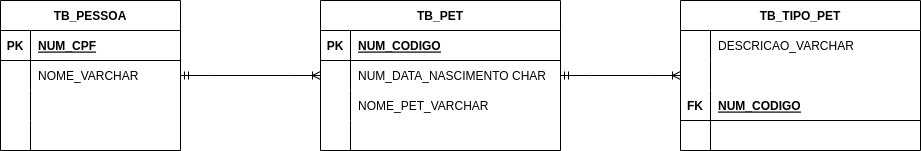
The draw.io diagram Banco_de_Dados/ATIVIDADE ATIVA 2 - 2BIM.drawio.png in EdinilsonSousa/cods_aleatorios, before a commit. Source tidied: cells renumbered, new cells last; positions are measured from the earlier drawing's top-left corner, leaving out a move shared by most shapes. Source of this version:
```xml
<mxGraphModel>
  <root>
    <mxCell id="0" />
    <mxCell id="1" parent="0" />
    <mxCell id="2" value="TB_PESSOA" style="shape=table;startSize=30;rowLines=0;fontStyle=1;align=center;" parent="1" vertex="1">
      <mxGeometry width="180" height="150" as="geometry" />
    </mxCell>
    <mxCell id="3" style="shape=tableRow;horizontal=0;startSize=0;swimlaneHead=0;swimlaneBody=0;fillColor=none;top=0;left=0;right=0;bottom=1;" parent="2" vertex="1">
      <mxGeometry y="30" width="180" height="30" as="geometry" />
    </mxCell>
    <mxCell id="4" value="PK" style="shape=partialRectangle;fillColor=none;top=0;left=0;bottom=0;right=0;fontStyle=1;overflow=hidden;" parent="3" vertex="1">
      <mxGeometry width="30" height="30" as="geometry" />
    </mxCell>
    <mxCell id="5" value="NUM_CPF" style="shape=partialRectangle;fillColor=none;top=0;left=0;bottom=0;right=0;align=left;spacingLeft=6;fontStyle=5;overflow=hidden;" parent="3" vertex="1">
      <mxGeometry x="30" width="150" height="30" as="geometry" />
    </mxCell>
    <mxCell id="6" style="shape=tableRow;horizontal=0;startSize=0;swimlaneHead=0;swimlaneBody=0;fillColor=none;points=[[0,0.5],[1,0.5]];portConstraint=eastwest;top=0;left=0;right=0;bottom=0;" parent="2" vertex="1">
      <mxGeometry y="60" width="180" height="30" as="geometry" />
    </mxCell>
    <mxCell id="7" style="shape=partialRectangle;fillColor=none;top=0;left=0;bottom=0;right=0;overflow=hidden;" parent="6" vertex="1">
      <mxGeometry width="30" height="30" as="geometry" />
    </mxCell>
    <mxCell id="8" value="NOME_VARCHAR" style="shape=partialRectangle;fillColor=none;top=0;left=0;bottom=0;right=0;align=left;spacingLeft=6;overflow=hidden;" parent="6" vertex="1">
      <mxGeometry x="30" width="150" height="30" as="geometry" />
    </mxCell>
    <mxCell id="9" style="shape=tableRow;horizontal=0;startSize=0;swimlaneHead=0;swimlaneBody=0;fillColor=none;top=0;left=0;right=0;bottom=0;" parent="2" vertex="1">
      <mxGeometry y="90" width="180" height="30" as="geometry" />
    </mxCell>
    <mxCell id="10" style="shape=partialRectangle;fillColor=none;top=0;left=0;bottom=0;right=0;overflow=hidden;" parent="9" vertex="1">
      <mxGeometry width="30" height="30" as="geometry" />
    </mxCell>
    <mxCell id="11" style="shape=partialRectangle;fillColor=none;top=0;left=0;bottom=0;right=0;align=left;spacingLeft=6;overflow=hidden;" parent="9" vertex="1">
      <mxGeometry x="30" width="150" height="30" as="geometry" />
    </mxCell>
    <mxCell id="12" style="shape=tableRow;horizontal=0;startSize=0;swimlaneHead=0;swimlaneBody=0;fillColor=none;top=0;left=0;right=0;bottom=0;" parent="2" vertex="1">
      <mxGeometry y="120" width="180" height="30" as="geometry" />
    </mxCell>
    <mxCell id="13" style="shape=partialRectangle;fillColor=none;top=0;left=0;bottom=0;right=0;overflow=hidden;" parent="12" vertex="1">
      <mxGeometry width="30" height="30" as="geometry" />
    </mxCell>
    <mxCell id="14" style="shape=partialRectangle;fillColor=none;top=0;left=0;bottom=0;right=0;align=left;spacingLeft=6;overflow=hidden;" parent="12" vertex="1">
      <mxGeometry x="30" width="150" height="30" as="geometry" />
    </mxCell>
    <mxCell id="15" style="edgeStyle=entityRelationEdgeStyle;fontSize=12;html=1;endArrow=ERoneToMany;startArrow=ERmandOne;rounded=0;exitX=1;exitY=0.5;exitDx=0;exitDy=0;" parent="1" edge="1" source="6" target="16">
      <mxGeometry relative="1" as="geometry" />
    </mxCell>
    <mxCell id="16" value="TB_PET" style="shape=table;startSize=30;rowLines=0;fontStyle=1;align=center;" parent="1" vertex="1">
      <mxGeometry x="320" width="240" height="150" as="geometry" />
    </mxCell>
    <mxCell id="17" style="shape=tableRow;horizontal=0;startSize=0;swimlaneHead=0;swimlaneBody=0;fillColor=none;top=0;left=0;right=0;bottom=1;" parent="16" vertex="1">
      <mxGeometry y="30" width="240" height="30" as="geometry" />
    </mxCell>
    <mxCell id="18" value="PK" style="shape=partialRectangle;fillColor=none;top=0;left=0;bottom=0;right=0;fontStyle=1;overflow=hidden;" parent="17" vertex="1">
      <mxGeometry width="30" height="30" as="geometry" />
    </mxCell>
    <mxCell id="19" value="NUM_CODIGO" style="shape=partialRectangle;fillColor=none;top=0;left=0;bottom=0;right=0;align=left;spacingLeft=6;fontStyle=5;overflow=hidden;" parent="17" vertex="1">
      <mxGeometry x="30" width="210" height="30" as="geometry" />
    </mxCell>
    <mxCell id="20" style="shape=tableRow;horizontal=0;startSize=0;swimlaneHead=0;swimlaneBody=0;fillColor=none;points=[[0,0.5],[1,0.5]];portConstraint=eastwest;top=0;left=0;right=0;bottom=0;" parent="16" vertex="1">
      <mxGeometry y="60" width="240" height="30" as="geometry" />
    </mxCell>
    <mxCell id="21" style="shape=partialRectangle;fillColor=none;top=0;left=0;bottom=0;right=0;overflow=hidden;" parent="20" vertex="1">
      <mxGeometry width="30" height="30" as="geometry" />
    </mxCell>
    <mxCell id="22" value="NUM_DATA_NASCIMENTO CHAR" style="shape=partialRectangle;fillColor=none;top=0;left=0;bottom=0;right=0;align=left;spacingLeft=6;overflow=hidden;" parent="20" vertex="1">
      <mxGeometry x="30" width="210" height="30" as="geometry" />
    </mxCell>
    <mxCell id="23" style="shape=tableRow;horizontal=0;startSize=0;swimlaneHead=0;swimlaneBody=0;fillColor=none;top=0;left=0;right=0;bottom=0;" parent="16" vertex="1">
      <mxGeometry y="90" width="240" height="30" as="geometry" />
    </mxCell>
    <mxCell id="24" style="shape=partialRectangle;fillColor=none;top=0;left=0;bottom=0;right=0;overflow=hidden;" parent="23" vertex="1">
      <mxGeometry width="30" height="30" as="geometry" />
    </mxCell>
    <mxCell id="25" value="NOME_PET_VARCHAR" style="shape=partialRectangle;fillColor=none;top=0;left=0;bottom=0;right=0;align=left;spacingLeft=6;overflow=hidden;" parent="23" vertex="1">
      <mxGeometry x="30" width="210" height="30" as="geometry" />
    </mxCell>
    <mxCell id="26" style="shape=tableRow;horizontal=0;startSize=0;swimlaneHead=0;swimlaneBody=0;fillColor=none;top=0;left=0;right=0;bottom=0;" parent="16" vertex="1">
      <mxGeometry y="120" width="240" height="30" as="geometry" />
    </mxCell>
    <mxCell id="27" style="shape=partialRectangle;fillColor=none;top=0;left=0;bottom=0;right=0;overflow=hidden;" parent="26" vertex="1">
      <mxGeometry width="30" height="30" as="geometry" />
    </mxCell>
    <mxCell id="28" style="shape=partialRectangle;fillColor=none;top=0;left=0;bottom=0;right=0;align=left;spacingLeft=6;overflow=hidden;" parent="26" vertex="1">
      <mxGeometry x="30" width="210" height="30" as="geometry" />
    </mxCell>
    <mxCell id="29" style="edgeStyle=entityRelationEdgeStyle;fontSize=12;html=1;endArrow=ERoneToMany;startArrow=ERmandOne;rounded=0;exitX=1;exitY=0.5;exitDx=0;exitDy=0;entryX=0;entryY=0.5;entryDx=0;entryDy=0;" parent="1" edge="1" source="20" target="34">
      <mxGeometry relative="1" as="geometry" />
    </mxCell>
    <mxCell id="30" value="TB_TIPO_PET" style="shape=table;startSize=30;rowLines=0;fontStyle=1;align=center;" parent="1" vertex="1">
      <mxGeometry x="680" width="240" height="150" as="geometry" />
    </mxCell>
    <mxCell id="31" style="shape=tableRow;horizontal=0;startSize=0;swimlaneHead=0;swimlaneBody=0;fillColor=none;top=0;left=0;right=0;bottom=0;" parent="30" vertex="1">
      <mxGeometry y="30" width="240" height="30" as="geometry" />
    </mxCell>
    <mxCell id="32" style="shape=partialRectangle;fillColor=none;top=0;left=0;bottom=0;right=0;overflow=hidden;" parent="31" vertex="1">
      <mxGeometry width="30" height="30" as="geometry" />
    </mxCell>
    <mxCell id="33" value="DESCRICAO_VARCHAR" style="shape=partialRectangle;fillColor=none;top=0;left=0;bottom=0;right=0;align=left;spacingLeft=6;overflow=hidden;" parent="31" vertex="1">
      <mxGeometry x="30" width="210" height="30" as="geometry" />
    </mxCell>
    <mxCell id="34" style="shape=tableRow;horizontal=0;startSize=0;swimlaneHead=0;swimlaneBody=0;fillColor=none;points=[[0,0.5],[1,0.5]];portConstraint=eastwest;top=0;left=0;right=0;bottom=0;" parent="30" vertex="1">
      <mxGeometry y="60" width="240" height="30" as="geometry" />
    </mxCell>
    <mxCell id="35" style="shape=partialRectangle;fillColor=none;top=0;left=0;bottom=0;right=0;overflow=hidden;" parent="34" vertex="1">
      <mxGeometry width="30" height="30" as="geometry" />
    </mxCell>
    <mxCell id="36" style="shape=partialRectangle;fillColor=none;top=0;left=0;bottom=0;right=0;align=left;spacingLeft=6;overflow=hidden;" parent="34" vertex="1">
      <mxGeometry x="30" width="210" height="30" as="geometry" />
    </mxCell>
    <mxCell id="37" style="shape=tableRow;horizontal=0;startSize=0;swimlaneHead=0;swimlaneBody=0;fillColor=none;top=0;left=0;right=0;bottom=1;" parent="30" vertex="1">
      <mxGeometry y="90" width="240" height="30" as="geometry" />
    </mxCell>
    <mxCell id="38" value="FK" style="shape=partialRectangle;fillColor=none;top=0;left=0;bottom=0;right=0;fontStyle=1;overflow=hidden;" parent="37" vertex="1">
      <mxGeometry width="30" height="30" as="geometry" />
    </mxCell>
    <mxCell id="39" value="NUM_CODIGO" style="shape=partialRectangle;fillColor=none;top=0;left=0;bottom=0;right=0;align=left;spacingLeft=6;fontStyle=5;overflow=hidden;" parent="37" vertex="1">
      <mxGeometry x="30" width="210" height="30" as="geometry" />
    </mxCell>
    <mxCell id="40" style="shape=tableRow;horizontal=0;startSize=0;swimlaneHead=0;swimlaneBody=0;fillColor=none;top=0;left=0;right=0;bottom=0;" parent="30" vertex="1">
      <mxGeometry y="120" width="240" height="30" as="geometry" />
    </mxCell>
    <mxCell id="41" style="shape=partialRectangle;fillColor=none;top=0;left=0;bottom=0;right=0;overflow=hidden;" parent="40" vertex="1">
      <mxGeometry width="30" height="30" as="geometry" />
    </mxCell>
    <mxCell id="42" style="shape=partialRectangle;fillColor=none;top=0;left=0;bottom=0;right=0;align=left;spacingLeft=6;overflow=hidden;" parent="40" vertex="1">
      <mxGeometry x="30" width="210" height="30" as="geometry" />
    </mxCell>
  </root>
</mxGraphModel>
```
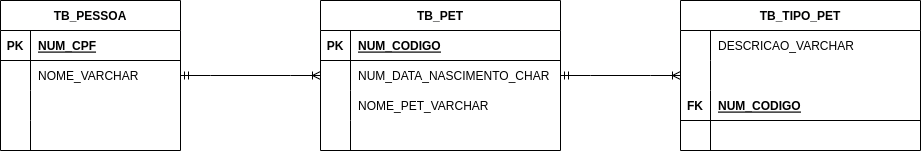
Later version of the same file.

The edit, as a diff of the source:
```diff
@@ -62,7 +62,7 @@
     <mxCell id="21" style="shape=partialRectangle;fillColor=none;top=0;left=0;bottom=0;right=0;overflow=hidden;" parent="20" vertex="1">
       <mxGeometry width="30" height="30" as="geometry" />
     </mxCell>
-    <mxCell id="22" value="NUM_DATA_NASCIMENTO CHAR" style="shape=partialRectangle;fillColor=none;top=0;left=0;bottom=0;right=0;align=left;spacingLeft=6;overflow=hidden;" parent="20" vertex="1">
+    <mxCell id="22" value="NUM_DATA_NASCIMENTO_CHAR" style="shape=partialRectangle;fillColor=none;top=0;left=0;bottom=0;right=0;align=left;spacingLeft=6;overflow=hidden;" parent="20" vertex="1">
       <mxGeometry x="30" width="210" height="30" as="geometry" />
     </mxCell>
     <mxCell id="23" style="shape=tableRow;horizontal=0;startSize=0;swimlaneHead=0;swimlaneBody=0;fillColor=none;top=0;left=0;right=0;bottom=0;" parent="16" vertex="1">
```
